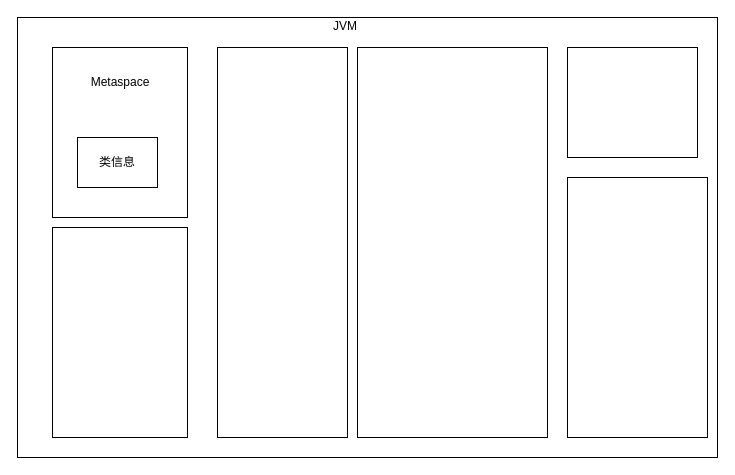
This is 程序计数器1.drawio from ShortPupil/VPicture, a draw.io file, before an edit. Source tidied: cells renumbered, new cells numbered last; positions are measured from the earlier drawing's top-left corner, leaving out a move shared by most shapes. Both pictures are drawn from the tidied source at 100%, with x=0, y=0 at pixel (17, 17).
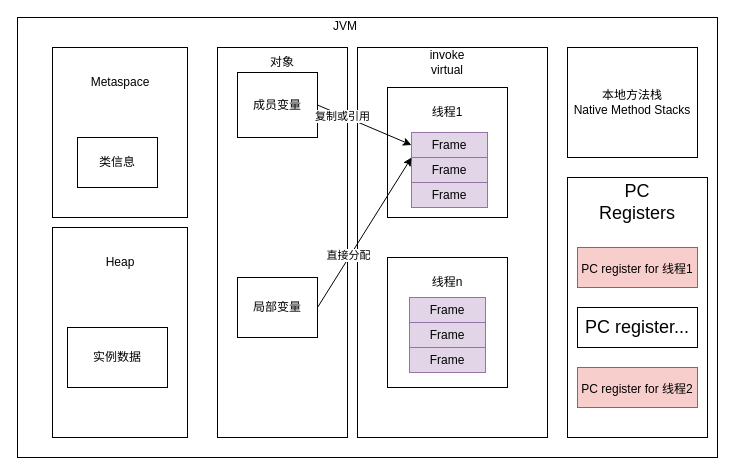
After the change.

Commit message (it also covers changes not shown here):
Update 程序计数器1.drawio

Diff of the diagram source:
```diff
@@
-    <mxCell id="8" style="rounded=0;whiteSpace=wrap;html=1;" parent="1" vertex="1">
+    <mxCell id="8" value="本地方法栈&lt;br&gt;Native Method Stacks" style="rounded=0;whiteSpace=wrap;html=1;" parent="1" vertex="1">
       <mxGeometry x="550" y="30" width="130" height="110" as="geometry" />
     </mxCell>
@@
+    <mxCell id="12" value="Heap" style="text;html=1;strokeColor=none;fillColor=none;align=center;verticalAlign=middle;whiteSpace=wrap;rounded=0;" parent="1" vertex="1">
+      <mxGeometry x="73" y="230" width="60" height="30" as="geometry" />
+    </mxCell>
+    <mxCell id="13" value="实例数据" style="rounded=0;whiteSpace=wrap;html=1;" parent="1" vertex="1">
+      <mxGeometry x="50" y="310" width="100" height="60" as="geometry" />
+    </mxCell>
+    <mxCell id="14" value="成员变量" style="rounded=0;whiteSpace=wrap;html=1;" parent="1" vertex="1">
+      <mxGeometry x="220" y="55" width="80" height="65" as="geometry" />
+    </mxCell>
+    <mxCell id="15" value="局部变量" style="rounded=0;whiteSpace=wrap;html=1;" parent="1" vertex="1">
+      <mxGeometry x="220" y="260" width="80" height="60" as="geometry" />
+    </mxCell>
+    <mxCell id="16" style="rounded=0;whiteSpace=wrap;html=1;" parent="1" vertex="1">
+      <mxGeometry x="370" y="70" width="120" height="130" as="geometry" />
+    </mxCell>
+    <mxCell id="17" style="rounded=0;whiteSpace=wrap;html=1;" parent="1" vertex="1">
+      <mxGeometry x="370" y="240" width="120" height="130" as="geometry" />
+    </mxCell>
+    <mxCell id="18" value="线程1" style="text;html=1;strokeColor=none;fillColor=none;align=center;verticalAlign=middle;whiteSpace=wrap;rounded=0;" parent="1" vertex="1">
+      <mxGeometry x="400" y="80" width="60" height="30" as="geometry" />
+    </mxCell>
+    <mxCell id="19" value="线程n" style="text;html=1;strokeColor=none;fillColor=none;align=center;verticalAlign=middle;whiteSpace=wrap;rounded=0;" parent="1" vertex="1">
+      <mxGeometry x="400" y="250" width="60" height="30" as="geometry" />
+    </mxCell>
+    <mxCell id="20" value="Frame" style="rounded=0;whiteSpace=wrap;html=1;fillColor=#e1d5e7;strokeColor=#9673a6;" parent="1" vertex="1">
+      <mxGeometry x="394" y="115" width="76" height="25" as="geometry" />
+    </mxCell>
+    <mxCell id="21" value="Frame" style="rounded=0;whiteSpace=wrap;html=1;fillColor=#e1d5e7;strokeColor=#9673a6;" parent="1" vertex="1">
+      <mxGeometry x="394" y="140" width="76" height="25" as="geometry" />
+    </mxCell>
+    <mxCell id="22" value="Frame" style="rounded=0;whiteSpace=wrap;html=1;fillColor=#e1d5e7;strokeColor=#9673a6;" parent="1" vertex="1">
+      <mxGeometry x="394" y="165" width="76" height="25" as="geometry" />
+    </mxCell>
+    <mxCell id="23" value="Frame" style="rounded=0;whiteSpace=wrap;html=1;fillColor=#e1d5e7;strokeColor=#9673a6;" parent="1" vertex="1">
+      <mxGeometry x="392" y="280" width="76" height="25" as="geometry" />
+    </mxCell>
+    <mxCell id="24" value="Frame" style="rounded=0;whiteSpace=wrap;html=1;fillColor=#e1d5e7;strokeColor=#9673a6;" parent="1" vertex="1">
+      <mxGeometry x="392" y="305" width="76" height="25" as="geometry" />
+    </mxCell>
+    <mxCell id="25" value="Frame" style="rounded=0;whiteSpace=wrap;html=1;fillColor=#e1d5e7;strokeColor=#9673a6;" parent="1" vertex="1">
+      <mxGeometry x="392" y="330" width="76" height="25" as="geometry" />
+    </mxCell>
+    <mxCell id="26" style="rounded=0;jettySize=auto;html=1;exitX=1;exitY=0.5;exitDx=0;exitDy=0;entryX=0;entryY=0;entryDx=0;entryDy=0;endArrow=classic;endFill=1;" parent="1" edge="1" source="15" target="21">
+      <mxGeometry relative="1" as="geometry" />
+    </mxCell>
+    <mxCell id="27" value="直接分配" style="edgeLabel;html=1;align=center;verticalAlign=middle;" parent="26" vertex="1">
+      <mxGeometry x="-0.31" y="2" relative="1" as="geometry" />
+    </mxCell>
+    <mxCell id="28" style="rounded=0;jettySize=auto;html=1;exitX=1;exitY=0.5;exitDx=0;exitDy=0;entryX=0;entryY=0.5;entryDx=0;entryDy=0;endArrow=classic;endFill=1;" parent="1" edge="1" source="14" target="20">
+      <mxGeometry relative="1" as="geometry" />
+    </mxCell>
+    <mxCell id="29" value="复制或引用" style="edgeLabel;html=1;align=center;verticalAlign=middle;" parent="28" vertex="1">
+      <mxGeometry x="-0.47" relative="1" as="geometry" />
+    </mxCell>
+    <mxCell id="30" value="对象" style="text;html=1;strokeColor=none;fillColor=none;align=center;verticalAlign=middle;whiteSpace=wrap;rounded=0;" parent="1" vertex="1">
+      <mxGeometry x="235" y="30" width="60" height="30" as="geometry" />
+    </mxCell>
+    <mxCell id="31" value="invoke virtual" style="text;html=1;strokeColor=none;fillColor=none;align=center;verticalAlign=middle;whiteSpace=wrap;rounded=0;" parent="1" vertex="1">
+      <mxGeometry x="400" y="30" width="60" height="30" as="geometry" />
+    </mxCell>
+    <mxCell id="32" value="&lt;font style=&quot;font-size: 18px&quot;&gt;PC Registers&lt;/font&gt;" style="text;html=1;strokeColor=none;fillColor=none;align=center;verticalAlign=middle;whiteSpace=wrap;rounded=0;" parent="1" vertex="1">
+      <mxGeometry x="590" y="170" width="60" height="30" as="geometry" />
+    </mxCell>
+    <mxCell id="33" value="&lt;font style=&quot;font-size: 12px&quot;&gt;PC register for 线程1&lt;/font&gt;" style="rounded=0;whiteSpace=wrap;html=1;fontSize=18;fillColor=#f8cecc;strokeColor=#b85450;" parent="1" vertex="1">
+      <mxGeometry x="560" y="230" width="120" height="40" as="geometry" />
+    </mxCell>
+    <mxCell id="34" value="PC register..." style="rounded=0;whiteSpace=wrap;html=1;fontSize=18;" parent="1" vertex="1">
+      <mxGeometry x="560" y="290" width="120" height="40" as="geometry" />
+    </mxCell>
+    <mxCell id="35" value="&lt;font style=&quot;font-size: 12px&quot;&gt;PC register for 线程2&lt;/font&gt;" style="rounded=0;whiteSpace=wrap;html=1;fontSize=18;fillColor=#f8cecc;strokeColor=#b85450;" parent="1" vertex="1">
+      <mxGeometry x="560" y="350" width="120" height="40" as="geometry" />
+    </mxCell>
```
